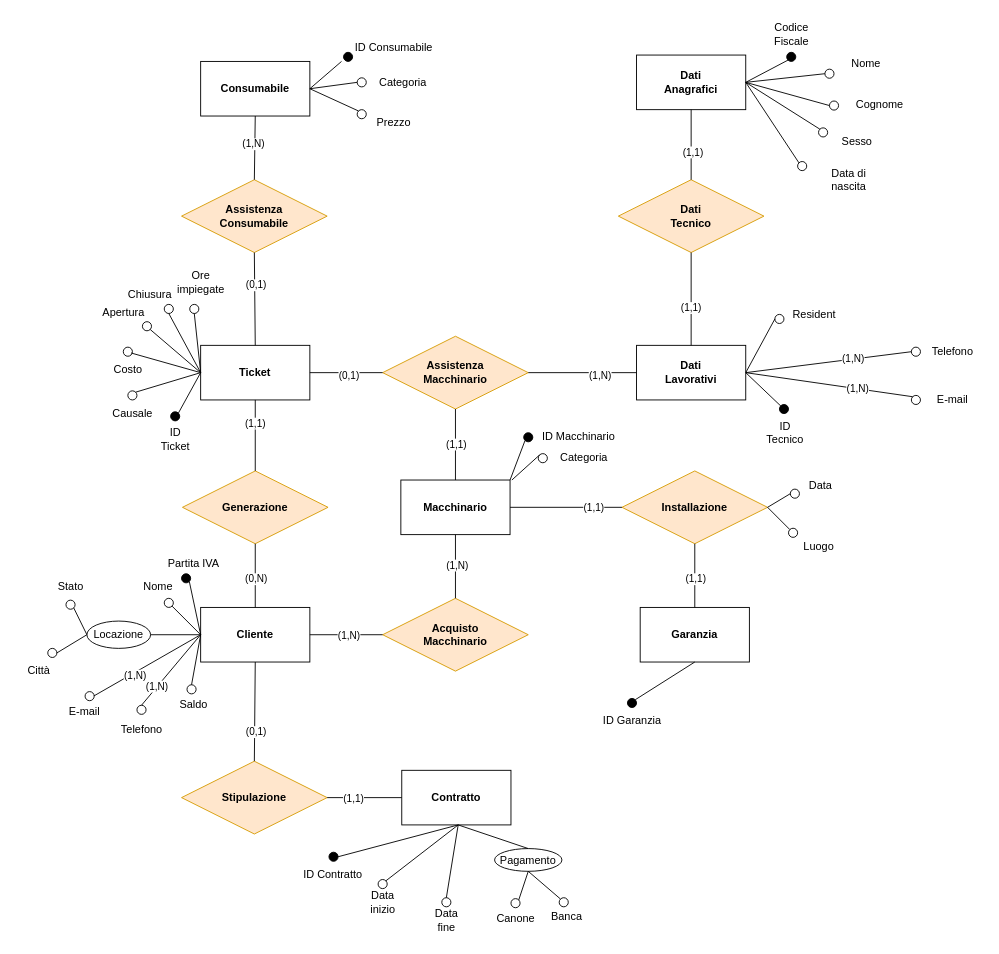
fedeStaffo/Progetto_Basi_di_dati keeps this draw.io diagram as Diagrammi/er finale logica.drawio. Above is the earlier version. Source tidied: cells renumbered, new cells numbered last; positions are measured from the earlier drawing's top-left corner, leaving out a move shared by most shapes. Both pictures are drawn from the tidied source at 91%, with x=0, y=0 at pixel (15, 15).
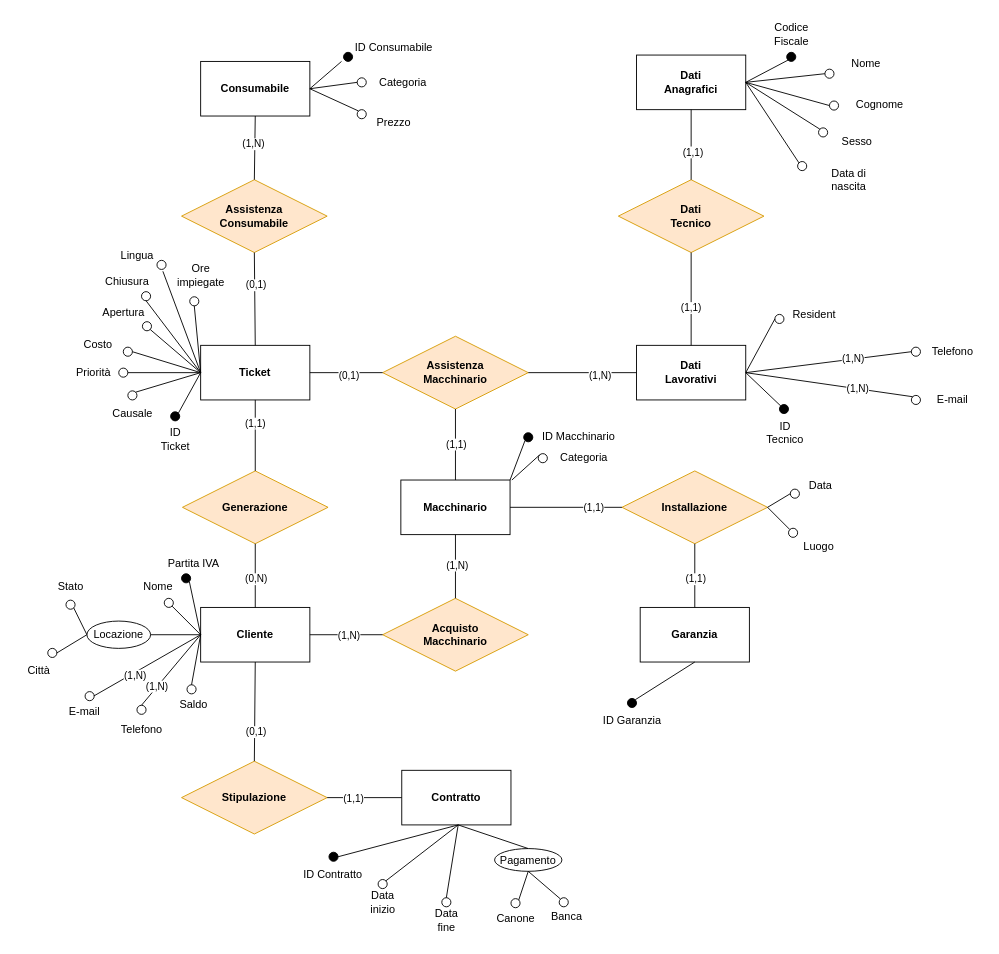
The same diagram, later.

Unchanged cells that the change refers to:
```xml
<mxCell id="3" value="&lt;b&gt;Ticket&lt;/b&gt;" style="rounded=0;whiteSpace=wrap;html=1;" parent="1" vertex="1">
  <mxGeometry x="203" y="362" width="120" height="60" as="geometry" />
</mxCell>
<mxCell id="52" style="ellipse;whiteSpace=wrap;html=1;" parent="1" vertex="1">
  <mxGeometry x="118" y="364" width="10" height="10" as="geometry" />
</mxCell>
```

The edit, as a diff of the source:
```diff
@@
     <mxCell id="50" value="Chiusura" style="text;html=1;align=center;verticalAlign=middle;strokeColor=none;fillColor=none;" parent="1" vertex="1">
-      <mxGeometry x="114" y="292.5" width="66" height="26" as="geometry" />
+      <mxGeometry x="89" y="278.5" width="66" height="26" as="geometry" />
     </mxCell>
     <mxCell id="51" value="Ore&lt;br&gt;impiegate" style="text;html=1;align=center;verticalAlign=middle;strokeColor=none;fillColor=none;" parent="1" vertex="1">
-      <mxGeometry x="163" y="273" width="80" height="40" as="geometry" />
+      <mxGeometry x="163" y="264.6" width="80" height="40" as="geometry" />
     </mxCell>
@@
     <mxCell id="53" value="Costo" style="text;html=1;align=center;verticalAlign=middle;points=[];strokeColor=none;fillColor=none;" parent="1" vertex="1">
-      <mxGeometry x="98" y="374" width="50" height="30" as="geometry" />
+      <mxGeometry x="65" y="346" width="50" height="30" as="geometry" />
     </mxCell>
     <mxCell id="54" style="ellipse;whiteSpace=wrap;html=1;" parent="1" vertex="1">
-      <mxGeometry x="163" y="317" width="10" height="10" as="geometry" />
+      <mxGeometry x="138" y="303" width="10" height="10" as="geometry" />
     </mxCell>
     <mxCell id="55" style="ellipse;whiteSpace=wrap;html=1;" parent="1" vertex="1">
-      <mxGeometry x="191" y="317" width="10" height="10" as="geometry" />
+      <mxGeometry x="191" y="308.6" width="10" height="10" as="geometry" />
     </mxCell>
@@
-    <mxCell id="58" style="endArrow=none;html=1;rounded=0;exitX=0;exitY=0.5;exitDx=0;exitDy=0;entryX=0.572;entryY=-0.12;entryDx=0;entryDy=0;entryPerimeter=0;" parent="1" edge="1" source="3" target="53">
-      <mxGeometry relative="1" as="geometry" />
-    </mxCell>
@@
+    <mxCell id="160" style="ellipse;whiteSpace=wrap;html=1;" parent="1" vertex="1">
+      <mxGeometry x="113" y="387" width="10" height="10" as="geometry" />
+    </mxCell>
+    <mxCell id="161" value="Priorità" style="text;html=1;align=center;verticalAlign=middle;strokeColor=none;fillColor=none;" parent="1" vertex="1">
+      <mxGeometry x="55" y="377" width="60" height="30" as="geometry" />
+    </mxCell>
+    <mxCell id="162" style="endArrow=none;html=1;rounded=0;entryX=1;entryY=0.5;entryDx=0;entryDy=0;exitX=0;exitY=0.5;exitDx=0;exitDy=0;" parent="1" edge="1" source="3" target="52">
+      <mxGeometry relative="1" as="geometry" />
+    </mxCell>
+    <mxCell id="163" style="endArrow=none;html=1;rounded=0;entryX=1;entryY=0.5;entryDx=0;entryDy=0;exitX=0;exitY=0.5;exitDx=0;exitDy=0;" parent="1" edge="1" source="3" target="160">
+      <mxGeometry relative="1" as="geometry" />
+    </mxCell>
+    <mxCell id="164" style="ellipse;whiteSpace=wrap;html=1;" parent="1" vertex="1">
+      <mxGeometry x="155" y="268.6" width="10" height="10" as="geometry" />
+    </mxCell>
+    <mxCell id="165" value="Lingua" style="text;html=1;align=center;verticalAlign=middle;points=[];strokeColor=none;fillColor=none;" parent="1" vertex="1">
+      <mxGeometry x="103" y="248.6" width="60" height="30" as="geometry" />
+    </mxCell>
+    <mxCell id="166" style="endArrow=none;html=1;rounded=0;entryX=0.975;entryY=1.068;entryDx=0;entryDy=0;entryPerimeter=0;exitX=0;exitY=0.5;exitDx=0;exitDy=0;" parent="1" edge="1" source="3" target="165">
+      <mxGeometry relative="1" as="geometry" />
+    </mxCell>
```
